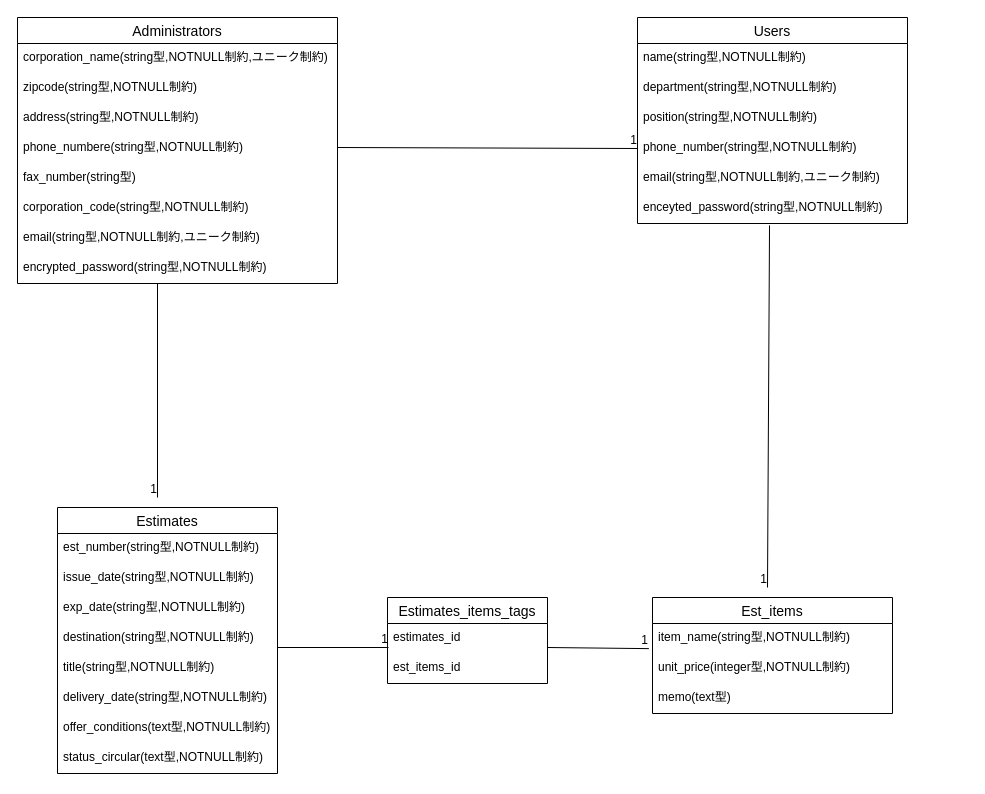
fe3524/original_app_001 keeps this draw.io diagram as ER.dio. Above is the earlier version. Source tidied: cells renumbered, new cells numbered last; positions are measured from the earlier drawing's top-left corner, leaving out a move shared by most shapes. Both pictures are drawn from the tidied source at 100%, with x=0, y=0 at pixel (17, 17).
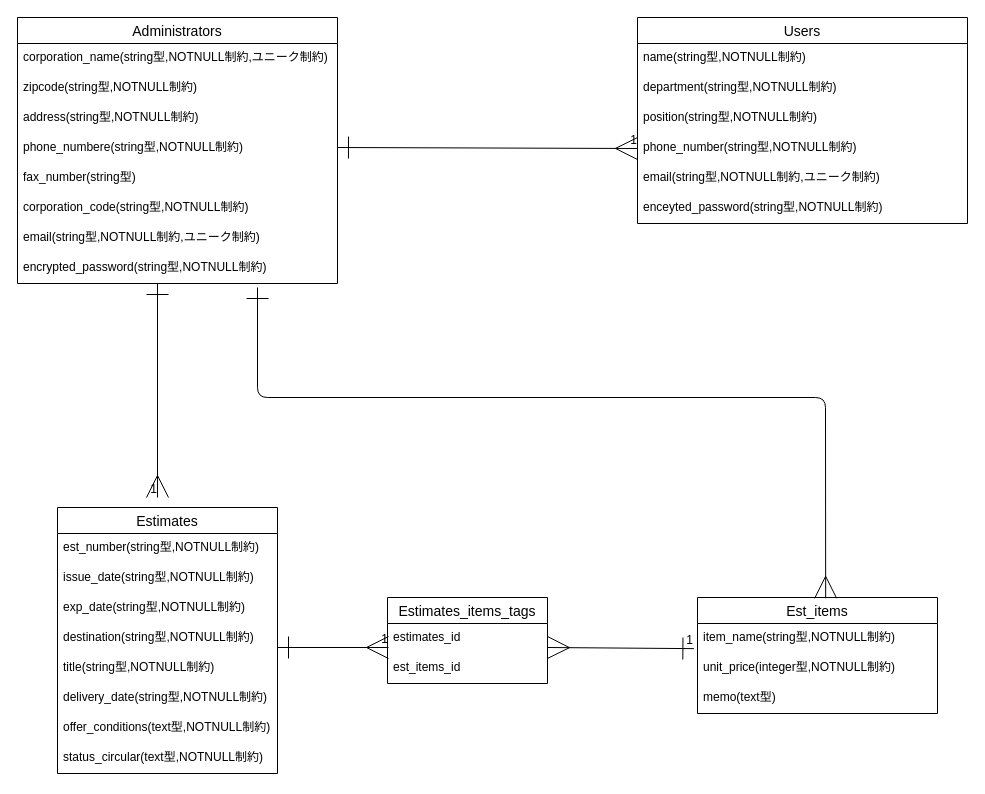
After the change.

Unchanged cells that the change refers to:
```xml
<mxCell id="28" value="item_name(string型,NOTNULL制約)" style="text;strokeColor=none;fillColor=none;spacingLeft=4;spacingRight=4;overflow=hidden;points=[[0,0.5],[1,0.5]];portConstraint=eastwest;fontSize=12;" parent="27" vertex="1">
  <mxGeometry y="26" width="240" height="30" as="geometry" />
</mxCell>
```

Change to the diagram source:
```diff
@@
     <mxCell id="11" value="Users" style="swimlane;fontStyle=0;horizontal=1;startSize=26;align=center;fontSize=14;" parent="1" vertex="1">
-      <mxGeometry x="620" width="270" height="206" as="geometry" />
+      <mxGeometry x="620" width="330" height="206" as="geometry" />
     </mxCell>
     <mxCell id="12" value="name(string型,NOTNULL制約)" style="text;strokeColor=none;fillColor=none;spacingLeft=4;spacingRight=4;overflow=hidden;fontSize=12;" parent="11" vertex="1">
-      <mxGeometry y="26" width="270" height="30" as="geometry" />
+      <mxGeometry y="26" width="330" height="30" as="geometry" />
     </mxCell>
     <mxCell id="13" value="department(string型,NOTNULL制約)" style="text;strokeColor=none;fillColor=none;spacingLeft=4;spacingRight=4;overflow=hidden;fontSize=12;" parent="11" vertex="1">
-      <mxGeometry y="56" width="270" height="30" as="geometry" />
+      <mxGeometry y="56" width="330" height="30" as="geometry" />
     </mxCell>
     <mxCell id="14" value="position(string型,NOTNULL制約)" style="text;strokeColor=none;fillColor=none;spacingLeft=4;spacingRight=4;overflow=hidden;fontSize=12;" parent="11" vertex="1">
-      <mxGeometry y="86" width="270" height="30" as="geometry" />
+      <mxGeometry y="86" width="330" height="30" as="geometry" />
     </mxCell>
     <mxCell id="15" value="phone_number(string型,NOTNULL制約)" style="text;strokeColor=none;fillColor=none;spacingLeft=4;spacingRight=4;overflow=hidden;points=[[0,0.5],[1,0.5]];portConstraint=eastwest;fontSize=12;" parent="11" vertex="1">
-      <mxGeometry y="116" width="270" height="30" as="geometry" />
+      <mxGeometry y="116" width="330" height="30" as="geometry" />
     </mxCell>
     <mxCell id="16" value="email(string型,NOTNULL制約,ユニーク制約)" style="text;strokeColor=none;fillColor=none;spacingLeft=4;spacingRight=4;overflow=hidden;fontSize=12;" parent="11" vertex="1">
-      <mxGeometry y="146" width="270" height="30" as="geometry" />
+      <mxGeometry y="146" width="330" height="30" as="geometry" />
     </mxCell>
     <mxCell id="17" value="enceyted_password(string型,NOTNULL制約)" style="text;strokeColor=none;fillColor=none;spacingLeft=4;spacingRight=4;overflow=hidden;points=[[0,0.5],[1,0.5]];portConstraint=eastwest;fontSize=12;" parent="11" vertex="1">
-      <mxGeometry y="176" width="270" height="30" as="geometry" />
+      <mxGeometry y="176" width="330" height="30" as="geometry" />
     </mxCell>
@@
     <mxCell id="27" value="Est_items" style="swimlane;fontStyle=0;horizontal=1;startSize=26;align=center;fontSize=14;" parent="1" vertex="1">
-      <mxGeometry x="635" y="580" width="240" height="116" as="geometry" />
+      <mxGeometry x="680" y="580" width="240" height="116" as="geometry" />
     </mxCell>
@@
-    <mxCell id="34" style="endArrow=none;html=1;rounded=0;entryX=0;entryY=0.5;entryDx=0;entryDy=0;" parent="1" edge="1" target="15">
+    <mxCell id="34" style="endArrow=ERmany;html=1;rounded=0;entryX=0;entryY=0.5;entryDx=0;entryDy=0;endFill=0;endSize=20;startSize=20;startArrow=ERone;startFill=0;" parent="1" edge="1" target="15">
       <mxGeometry relative="1" as="geometry">
         <mxPoint x="320" y="130" as="sourcePoint" />
       </mxGeometry>
     </mxCell>
@@
-    <mxCell id="36" style="endArrow=none;html=1;rounded=0;" parent="1" edge="1">
+    <mxCell id="36" style="endArrow=ERmany;html=1;rounded=0;endFill=0;endSize=20;startSize=20;startArrow=ERone;startFill=0;" parent="1" edge="1">
       <mxGeometry relative="1" as="geometry">
         <mxPoint x="140" y="266" as="sourcePoint" />
         <mxPoint x="140" y="480" as="targetPoint" />
       </mxGeometry>
     </mxCell>
@@
-    <mxCell id="38" style="endArrow=none;html=1;rounded=0;" parent="1" edge="1">
+    <mxCell id="38" style="endArrow=ERmany;html=1;rounded=0;endSize=20;startSize=20;startArrow=ERone;startFill=0;endFill=0;" parent="1" edge="1">
       <mxGeometry relative="1" as="geometry">
         <mxPoint x="260" y="630" as="sourcePoint" />
         <mxPoint x="371" y="630" as="targetPoint" />
       </mxGeometry>
     </mxCell>
@@
-    <mxCell id="40" style="endArrow=none;html=1;rounded=0;entryX=-0.015;entryY=0.838;entryDx=0;entryDy=0;entryPerimeter=0;" parent="1" edge="1" target="28">
+    <mxCell id="40" style="endArrow=ERone;html=1;rounded=0;entryX=-0.015;entryY=0.838;entryDx=0;entryDy=0;entryPerimeter=0;startArrow=ERmany;startFill=0;endFill=0;endSize=20;startSize=20;" parent="1" edge="1" target="28">
       <mxGeometry relative="1" as="geometry">
         <mxPoint x="530" y="630" as="sourcePoint" />
       </mxGeometry>
     </mxCell>
@@
-    <mxCell id="42" style="endArrow=none;html=1;rounded=0;exitX=0.489;exitY=1.063;exitDx=0;exitDy=0;exitPerimeter=0;" parent="1" edge="1" source="17">
-      <mxGeometry relative="1" as="geometry">
-        <mxPoint x="750" y="570" as="targetPoint" />
-      </mxGeometry>
-    </mxCell>
-    <mxCell id="43" value="1" style="html=1;align=right;verticalAlign=bottom;" parent="42" vertex="1">
-      <mxGeometry x="1" relative="1" as="geometry" />
-    </mxCell>
+    <mxCell id="44" style="edgeStyle=none;html=1;entryX=0.534;entryY=0.007;entryDx=0;entryDy=0;entryPerimeter=0;startArrow=ERone;startFill=0;endArrow=ERmany;endFill=0;startSize=20;endSize=20;" parent="1" edge="1" target="27">
+      <mxGeometry relative="1" as="geometry">
+        <mxPoint x="240" y="270" as="sourcePoint" />
+        <Array as="points">
+          <mxPoint x="240" y="380" />
+          <mxPoint x="808" y="380" />
+        </Array>
+      </mxGeometry>
+    </mxCell>
```
